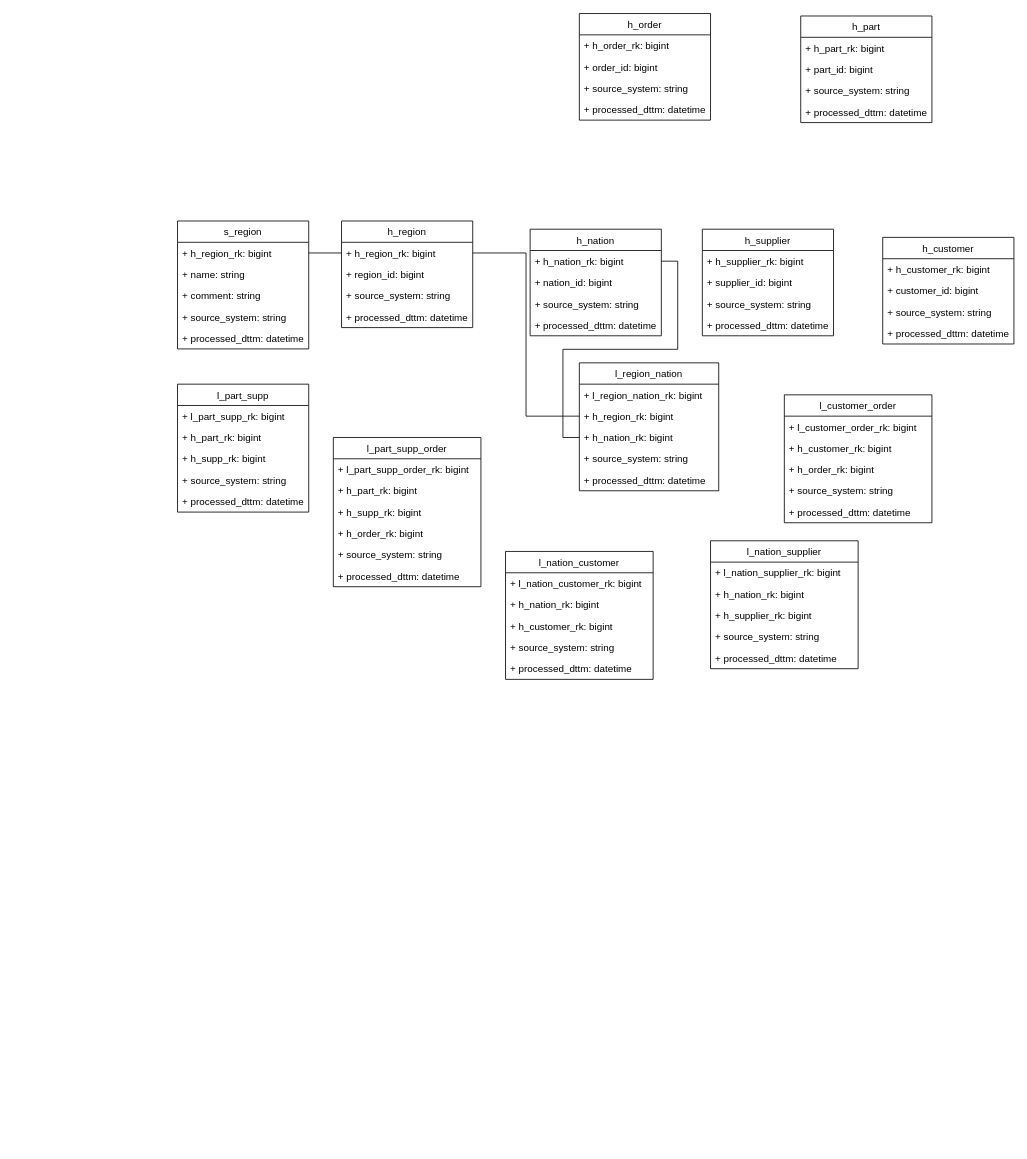
This is DZ1/Untitled Diagram.drawio from DMfananddu/DWH, a draw.io file, before an edit. Source tidied: cells renumbered, new cells numbered last; positions are measured from the earlier drawing's top-left corner, leaving out a move shared by most shapes. Both pictures are drawn from the tidied source at 82%, with x=0, y=0 at pixel (177, 13).
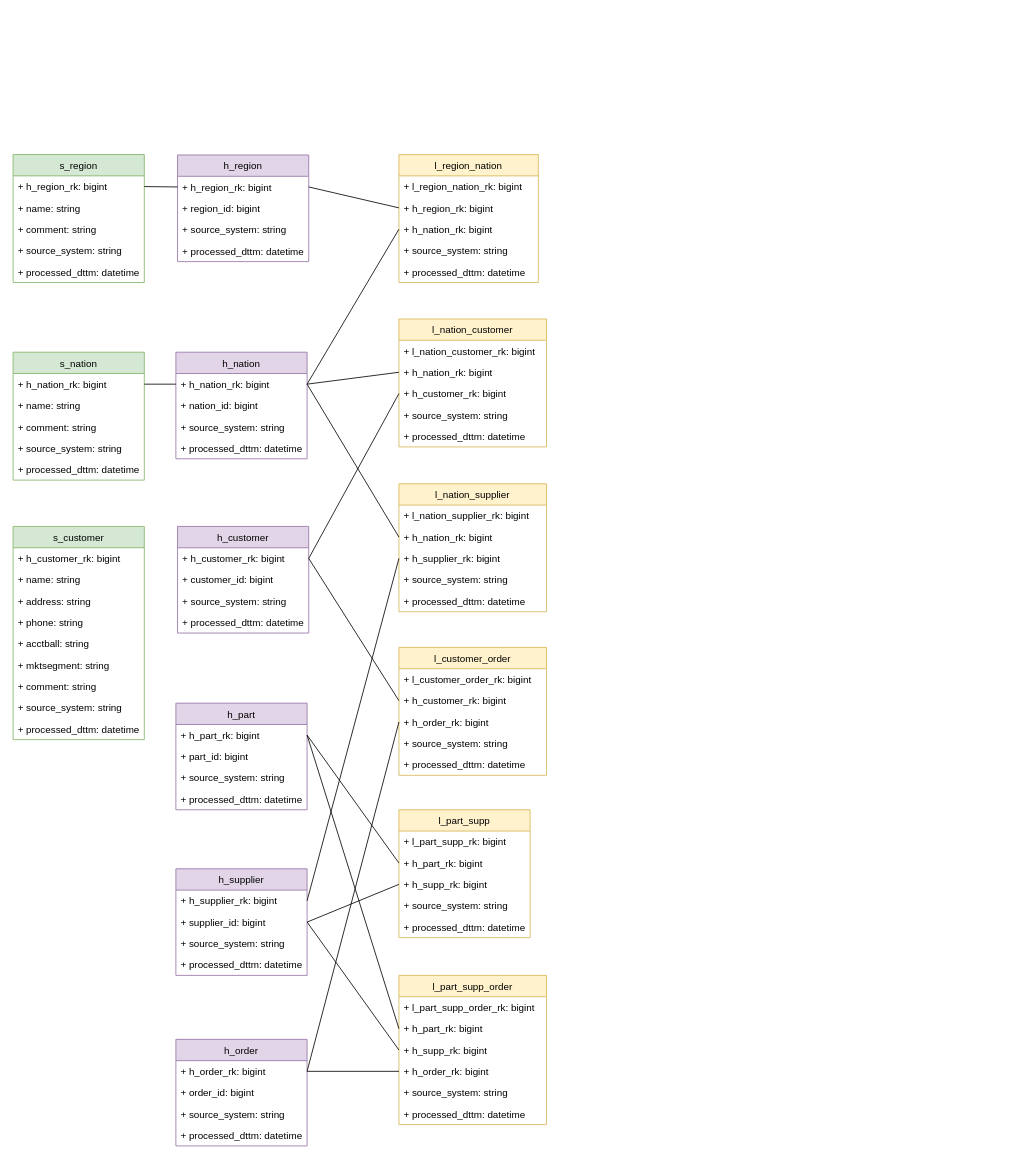
The same page after the edit.

Unchanged cells that the change refers to:
```xml
<mxCell id="3" value="+ h_region_rk: bigint" style="text;strokeColor=none;fillColor=none;align=left;verticalAlign=top;spacingLeft=4;spacingRight=4;overflow=hidden;points=[[0,0.5],[1,0.5]];portConstraint=eastwest;" parent="2" vertex="1">
  <mxGeometry y="26" width="160" height="26" as="geometry" />
</mxCell>
<mxCell id="8" value="+ h_region_rk: bigint" style="text;strokeColor=none;fillColor=none;align=left;verticalAlign=top;spacingLeft=4;spacingRight=4;overflow=hidden;points=[[0,0.5],[1,0.5]];portConstraint=eastwest;" parent="7" vertex="1">
  <mxGeometry y="26" width="160" height="26" as="geometry" />
</mxCell>
<mxCell id="16" value="+ h_part_rk: bigint" style="text;strokeColor=none;fillColor=none;align=left;verticalAlign=top;spacingLeft=4;spacingRight=4;overflow=hidden;points=[[0,0.5],[1,0.5]];portConstraint=eastwest;" parent="14" vertex="1">
  <mxGeometry y="52" width="160" height="26" as="geometry" />
</mxCell>
<mxCell id="17" value="+ h_supp_rk: bigint" style="text;strokeColor=none;fillColor=none;align=left;verticalAlign=top;spacingLeft=4;spacingRight=4;overflow=hidden;points=[[0,0.5],[1,0.5]];portConstraint=eastwest;" parent="14" vertex="1">
  <mxGeometry y="78" width="160" height="26" as="geometry" />
</mxCell>
<mxCell id="22" value="+ h_part_rk: bigint" style="text;strokeColor=none;fillColor=none;align=left;verticalAlign=top;spacingLeft=4;spacingRight=4;overflow=hidden;points=[[0,0.5],[1,0.5]];portConstraint=eastwest;" parent="20" vertex="1">
  <mxGeometry y="52" width="180" height="26" as="geometry" />
</mxCell>
<mxCell id="23" value="+ h_supp_rk: bigint" style="text;strokeColor=none;fillColor=none;align=left;verticalAlign=top;spacingLeft=4;spacingRight=4;overflow=hidden;points=[[0,0.5],[1,0.5]];portConstraint=eastwest;" parent="20" vertex="1">
  <mxGeometry y="78" width="180" height="26" as="geometry" />
</mxCell>
<mxCell id="24" value="+ h_order_rk: bigint" style="text;strokeColor=none;fillColor=none;align=left;verticalAlign=top;spacingLeft=4;spacingRight=4;overflow=hidden;points=[[0,0.5],[1,0.5]];portConstraint=eastwest;" parent="20" vertex="1">
  <mxGeometry y="104" width="180" height="26" as="geometry" />
</mxCell>
<mxCell id="29" value="+ h_region_rk: bigint" style="text;strokeColor=none;fillColor=none;align=left;verticalAlign=top;spacingLeft=4;spacingRight=4;overflow=hidden;points=[[0,0.5],[1,0.5]];portConstraint=eastwest;" parent="27" vertex="1">
  <mxGeometry y="52" width="170" height="26" as="geometry" />
</mxCell>
<mxCell id="30" value="+ h_nation_rk: bigint" style="text;strokeColor=none;fillColor=none;align=left;verticalAlign=top;spacingLeft=4;spacingRight=4;overflow=hidden;points=[[0,0.5],[1,0.5]];portConstraint=eastwest;" parent="27" vertex="1">
  <mxGeometry y="78" width="170" height="26" as="geometry" />
</mxCell>
<mxCell id="34" value="+ h_nation_rk: bigint" style="text;strokeColor=none;fillColor=none;align=left;verticalAlign=top;spacingLeft=4;spacingRight=4;overflow=hidden;points=[[0,0.5],[1,0.5]];portConstraint=eastwest;" parent="33" vertex="1">
  <mxGeometry y="26" width="160" height="26" as="geometry" />
</mxCell>
<mxCell id="39" value="+ h_supplier_rk: bigint" style="text;strokeColor=none;fillColor=none;align=left;verticalAlign=top;spacingLeft=4;spacingRight=4;overflow=hidden;points=[[0,0.5],[1,0.5]];portConstraint=eastwest;" parent="38" vertex="1">
  <mxGeometry y="26" width="160" height="26" as="geometry" />
</mxCell>
<mxCell id="40" value="+ supplier_id: bigint" style="text;strokeColor=none;fillColor=none;align=left;verticalAlign=top;spacingLeft=4;spacingRight=4;overflow=hidden;points=[[0,0.5],[1,0.5]];portConstraint=eastwest;" parent="38" vertex="1">
  <mxGeometry y="52" width="160" height="26" as="geometry" />
</mxCell>
<mxCell id="44" value="+ h_customer_rk: bigint" style="text;strokeColor=none;fillColor=none;align=left;verticalAlign=top;spacingLeft=4;spacingRight=4;overflow=hidden;points=[[0,0.5],[1,0.5]];portConstraint=eastwest;" parent="43" vertex="1">
  <mxGeometry y="26" width="160" height="26" as="geometry" />
</mxCell>
<mxCell id="49" value="+ h_order_rk: bigint" style="text;strokeColor=none;fillColor=none;align=left;verticalAlign=top;spacingLeft=4;spacingRight=4;overflow=hidden;points=[[0,0.5],[1,0.5]];portConstraint=eastwest;" parent="48" vertex="1">
  <mxGeometry y="26" width="160" height="26" as="geometry" />
</mxCell>
<mxCell id="54" value="+ h_part_rk: bigint" style="text;strokeColor=none;fillColor=none;align=left;verticalAlign=top;spacingLeft=4;spacingRight=4;overflow=hidden;points=[[0,0.5],[1,0.5]];portConstraint=eastwest;" parent="53" vertex="1">
  <mxGeometry y="26" width="160" height="26" as="geometry" />
</mxCell>
<mxCell id="62" value="+ h_nation_rk: bigint" style="text;strokeColor=none;fillColor=none;align=left;verticalAlign=top;spacingLeft=4;spacingRight=4;overflow=hidden;points=[[0,0.5],[1,0.5]];portConstraint=eastwest;" parent="60" vertex="1">
  <mxGeometry y="52" width="180" height="26" as="geometry" />
</mxCell>
<mxCell id="63" value="+ h_customer_rk: bigint" style="text;strokeColor=none;fillColor=none;align=left;verticalAlign=top;spacingLeft=4;spacingRight=4;overflow=hidden;points=[[0,0.5],[1,0.5]];portConstraint=eastwest;" parent="60" vertex="1">
  <mxGeometry y="78" width="180" height="26" as="geometry" />
</mxCell>
<mxCell id="68" value="+ h_nation_rk: bigint" style="text;strokeColor=none;fillColor=none;align=left;verticalAlign=top;spacingLeft=4;spacingRight=4;overflow=hidden;points=[[0,0.5],[1,0.5]];portConstraint=eastwest;" parent="66" vertex="1">
  <mxGeometry y="52" width="180" height="26" as="geometry" />
</mxCell>
<mxCell id="69" value="+ h_supplier_rk: bigint" style="text;strokeColor=none;fillColor=none;align=left;verticalAlign=top;spacingLeft=4;spacingRight=4;overflow=hidden;points=[[0,0.5],[1,0.5]];portConstraint=eastwest;" parent="66" vertex="1">
  <mxGeometry y="78" width="180" height="26" as="geometry" />
</mxCell>
<mxCell id="74" value="+ h_customer_rk: bigint" style="text;strokeColor=none;fillColor=none;align=left;verticalAlign=top;spacingLeft=4;spacingRight=4;overflow=hidden;points=[[0,0.5],[1,0.5]];portConstraint=eastwest;" parent="72" vertex="1">
  <mxGeometry y="52" width="180" height="26" as="geometry" />
</mxCell>
<mxCell id="75" value="+ h_order_rk: bigint" style="text;strokeColor=none;fillColor=none;align=left;verticalAlign=top;spacingLeft=4;spacingRight=4;overflow=hidden;points=[[0,0.5],[1,0.5]];portConstraint=eastwest;" parent="72" vertex="1">
  <mxGeometry y="78" width="180" height="26" as="geometry" />
</mxCell>
```

Diff of the diagram source:
```diff
@@
-    <mxCell id="2" value="h_region" style="swimlane;fontStyle=0;horizontal=1;startSize=26;fillColor=none;align=center;verticalAlign=middle;" parent="1" vertex="1">
-      <mxGeometry x="200" y="253" width="160" height="130" as="geometry" />
+    <mxCell id="2" value="h_region" style="swimlane;fontStyle=0;horizontal=1;startSize=26;fillColor=#e1d5e7;align=center;verticalAlign=middle;strokeColor=#9673a6;" parent="1" vertex="1">
+      <mxGeometry y="172.5" width="160" height="130" as="geometry" />
     </mxCell>
@@
-    <mxCell id="7" value="s_region" style="swimlane;fontStyle=0;horizontal=1;startSize=26;fillColor=none;" parent="1" vertex="1">
-      <mxGeometry y="253" width="160" height="156" as="geometry" />
+    <mxCell id="7" value="s_region" style="swimlane;fontStyle=0;horizontal=1;startSize=26;fillColor=#d5e8d4;strokeColor=#82b366;" parent="1" vertex="1">
+      <mxGeometry x="-200.5" y="172" width="160" height="156" as="geometry" />
     </mxCell>
@@
-    <mxCell id="13" style="edgeStyle=orthogonalEdgeStyle;rounded=0;jettySize=auto;html=1;entryX=0;entryY=0.5;entryDx=0;entryDy=0;endArrow=none;endFill=0;exitX=1;exitY=0.5;exitDx=0;exitDy=0;" parent="1" edge="1" source="8" target="3">
+    <mxCell id="13" style="rounded=0;jettySize=auto;html=1;entryX=0;entryY=0.5;entryDx=0;entryDy=0;endArrow=none;endFill=0;exitX=1;exitY=0.5;exitDx=0;exitDy=0;" parent="1" edge="1" source="8" target="3">
       <mxGeometry relative="1" as="geometry" />
     </mxCell>
-    <mxCell id="14" value="l_part_supp" style="swimlane;fontStyle=0;horizontal=1;startSize=26;fillColor=none;verticalAlign=middle;" parent="1" vertex="1">
-      <mxGeometry y="452" width="160" height="156" as="geometry" />
+    <mxCell id="14" value="l_part_supp" style="swimlane;fontStyle=0;horizontal=1;startSize=26;fillColor=#fff2cc;verticalAlign=middle;strokeColor=#d6b656;" parent="1" vertex="1">
+      <mxGeometry x="270" y="971" width="160" height="156" as="geometry" />
     </mxCell>
@@
-    <mxCell id="20" value="l_part_supp_order" style="swimlane;fontStyle=0;horizontal=1;startSize=26;fillColor=none;" parent="1" vertex="1">
-      <mxGeometry x="190" y="517" width="180" height="182" as="geometry" />
+    <mxCell id="20" value="l_part_supp_order" style="swimlane;fontStyle=0;horizontal=1;startSize=26;fillColor=#fff2cc;strokeColor=#d6b656;" parent="1" vertex="1">
+      <mxGeometry x="270" y="1173" width="180" height="182" as="geometry" />
     </mxCell>
@@
-    <mxCell id="27" value="l_region_nation" style="swimlane;fontStyle=0;horizontal=1;startSize=26;fillColor=none;verticalAlign=middle;" parent="1" vertex="1">
-      <mxGeometry x="490" y="426" width="170" height="156" as="geometry" />
+    <mxCell id="27" value="l_region_nation" style="swimlane;fontStyle=0;horizontal=1;startSize=26;fillColor=#fff2cc;verticalAlign=middle;strokeColor=#d6b656;" parent="1" vertex="1">
+      <mxGeometry x="270" y="172" width="170" height="156" as="geometry" />
     </mxCell>
@@
-    <mxCell id="33" value="h_nation" style="swimlane;fontStyle=0;horizontal=1;startSize=26;fillColor=none;align=center;verticalAlign=middle;" parent="1" vertex="1">
-      <mxGeometry x="430" y="263" width="160" height="130" as="geometry" />
+    <mxCell id="33" value="h_nation" style="swimlane;fontStyle=0;horizontal=1;startSize=26;fillColor=#e1d5e7;align=center;verticalAlign=middle;strokeColor=#9673a6;" parent="1" vertex="1">
+      <mxGeometry x="-2" y="413" width="160" height="130" as="geometry" />
     </mxCell>
@@
-    <mxCell id="38" value="h_supplier" style="swimlane;fontStyle=0;horizontal=1;startSize=26;fillColor=none;align=center;verticalAlign=middle;" parent="1" vertex="1">
-      <mxGeometry x="640" y="263" width="160" height="130" as="geometry" />
+    <mxCell id="38" value="h_supplier" style="swimlane;fontStyle=0;horizontal=1;startSize=26;fillColor=#e1d5e7;align=center;verticalAlign=middle;strokeColor=#9673a6;" parent="1" vertex="1">
+      <mxGeometry x="-2" y="1043" width="160" height="130" as="geometry" />
     </mxCell>
@@
-    <mxCell id="43" value="h_customer" style="swimlane;fontStyle=0;horizontal=1;startSize=26;fillColor=none;align=center;verticalAlign=middle;" parent="1" vertex="1">
-      <mxGeometry x="860" y="273" width="160" height="130" as="geometry" />
+    <mxCell id="43" value="h_customer" style="swimlane;fontStyle=0;horizontal=1;startSize=26;fillColor=#e1d5e7;align=center;verticalAlign=middle;strokeColor=#9673a6;" parent="1" vertex="1">
+      <mxGeometry y="625.5" width="160" height="130" as="geometry" />
     </mxCell>
@@
-    <mxCell id="48" value="h_order" style="swimlane;fontStyle=0;horizontal=1;startSize=26;fillColor=none;align=center;verticalAlign=middle;" parent="1" vertex="1">
-      <mxGeometry x="490" width="160" height="130" as="geometry" />
+    <mxCell id="48" value="h_order" style="swimlane;fontStyle=0;horizontal=1;startSize=26;fillColor=#e1d5e7;align=center;verticalAlign=middle;strokeColor=#9673a6;" parent="1" vertex="1">
+      <mxGeometry x="-2" y="1251" width="160" height="130" as="geometry" />
     </mxCell>
@@
-    <mxCell id="53" value="h_part" style="swimlane;fontStyle=0;horizontal=1;startSize=26;fillColor=none;align=center;verticalAlign=middle;" parent="1" vertex="1">
-      <mxGeometry x="760" y="3" width="160" height="130" as="geometry" />
+    <mxCell id="53" value="h_part" style="swimlane;fontStyle=0;horizontal=1;startSize=26;fillColor=#e1d5e7;align=center;verticalAlign=middle;strokeColor=#9673a6;" parent="1" vertex="1">
+      <mxGeometry x="-2" y="841" width="160" height="130" as="geometry" />
     </mxCell>
@@
-    <mxCell id="58" style="edgeStyle=orthogonalEdgeStyle;rounded=0;jettySize=auto;html=1;exitX=1;exitY=0.5;exitDx=0;exitDy=0;entryX=0;entryY=0.5;entryDx=0;entryDy=0;endArrow=none;endFill=0;" parent="1" edge="1" source="3" target="29">
+    <mxCell id="58" style="rounded=0;jettySize=auto;html=1;exitX=1;exitY=0.5;exitDx=0;exitDy=0;entryX=0;entryY=0.5;entryDx=0;entryDy=0;endArrow=none;endFill=0;" parent="1" edge="1" source="3" target="29">
       <mxGeometry relative="1" as="geometry" />
     </mxCell>
-    <mxCell id="59" style="edgeStyle=orthogonalEdgeStyle;rounded=0;jettySize=auto;html=1;exitX=1;exitY=0.5;exitDx=0;exitDy=0;entryX=0;entryY=0.5;entryDx=0;entryDy=0;endArrow=none;endFill=0;" parent="1" edge="1" source="34" target="30">
+    <mxCell id="59" style="rounded=0;jettySize=auto;html=1;exitX=1;exitY=0.5;exitDx=0;exitDy=0;entryX=0;entryY=0.5;entryDx=0;entryDy=0;endArrow=none;endFill=0;" parent="1" edge="1" source="34" target="30">
       <mxGeometry relative="1" as="geometry" />
     </mxCell>
-    <mxCell id="60" value="l_nation_customer" style="swimlane;fontStyle=0;horizontal=1;startSize=26;fillColor=none;verticalAlign=middle;" parent="1" vertex="1">
-      <mxGeometry x="400" y="656" width="180" height="156" as="geometry" />
+    <mxCell id="60" value="l_nation_customer" style="swimlane;fontStyle=0;horizontal=1;startSize=26;fillColor=#fff2cc;verticalAlign=middle;strokeColor=#d6b656;" parent="1" vertex="1">
+      <mxGeometry x="270" y="372.5" width="180" height="156" as="geometry" />
     </mxCell>
@@
-    <mxCell id="66" value="l_nation_supplier" style="swimlane;fontStyle=0;horizontal=1;startSize=26;fillColor=none;verticalAlign=middle;" parent="1" vertex="1">
-      <mxGeometry x="650" y="643" width="180" height="156" as="geometry" />
+    <mxCell id="66" value="l_nation_supplier" style="swimlane;fontStyle=0;horizontal=1;startSize=26;fillColor=#fff2cc;verticalAlign=middle;strokeColor=#d6b656;" parent="1" vertex="1">
+      <mxGeometry x="270" y="573.5" width="180" height="156" as="geometry" />
     </mxCell>
@@
-    <mxCell id="72" value="l_customer_order" style="swimlane;fontStyle=0;horizontal=1;startSize=26;fillColor=none;verticalAlign=middle;" parent="1" vertex="1">
-      <mxGeometry x="740" y="465" width="180" height="156" as="geometry" />
+    <mxCell id="72" value="l_customer_order" style="swimlane;fontStyle=0;horizontal=1;startSize=26;fillColor=#fff2cc;verticalAlign=middle;strokeColor=#d6b656;" parent="1" vertex="1">
+      <mxGeometry x="270" y="773" width="180" height="156" as="geometry" />
     </mxCell>
@@
+    <mxCell id="78" style="rounded=0;jettySize=auto;html=1;exitX=1;exitY=0.5;exitDx=0;exitDy=0;entryX=0;entryY=0.5;entryDx=0;entryDy=0;endArrow=none;endFill=0;" parent="1" edge="1" source="34" target="62">
+      <mxGeometry relative="1" as="geometry" />
+    </mxCell>
+    <mxCell id="79" style="rounded=0;jettySize=auto;html=1;exitX=1;exitY=0.5;exitDx=0;exitDy=0;entryX=0;entryY=0.5;entryDx=0;entryDy=0;endArrow=none;endFill=0;" parent="1" edge="1" source="44" target="63">
+      <mxGeometry relative="1" as="geometry" />
+    </mxCell>
+    <mxCell id="80" style="edgeStyle=none;rounded=0;jettySize=auto;html=1;exitX=1;exitY=0.5;exitDx=0;exitDy=0;entryX=0;entryY=0.5;entryDx=0;entryDy=0;endArrow=none;endFill=0;" parent="1" edge="1" source="44" target="74">
+      <mxGeometry relative="1" as="geometry" />
+    </mxCell>
+    <mxCell id="81" style="edgeStyle=none;rounded=0;jettySize=auto;html=1;exitX=1;exitY=0.5;exitDx=0;exitDy=0;entryX=0;entryY=0.5;entryDx=0;entryDy=0;endArrow=none;endFill=0;" parent="1" edge="1" source="49" target="75">
+      <mxGeometry relative="1" as="geometry" />
+    </mxCell>
+    <mxCell id="82" style="edgeStyle=none;rounded=0;jettySize=auto;html=1;exitX=0;exitY=0.5;exitDx=0;exitDy=0;entryX=1;entryY=0.5;entryDx=0;entryDy=0;endArrow=none;endFill=0;" parent="1" edge="1" source="68" target="34">
+      <mxGeometry relative="1" as="geometry" />
+    </mxCell>
+    <mxCell id="83" style="edgeStyle=none;rounded=0;jettySize=auto;html=1;exitX=0;exitY=0.5;exitDx=0;exitDy=0;entryX=1;entryY=0.5;entryDx=0;entryDy=0;endArrow=none;endFill=0;" parent="1" edge="1" source="69" target="39">
+      <mxGeometry relative="1" as="geometry" />
+    </mxCell>
+    <mxCell id="84" style="edgeStyle=none;rounded=0;jettySize=auto;html=1;exitX=0;exitY=0.5;exitDx=0;exitDy=0;entryX=1;entryY=0.5;entryDx=0;entryDy=0;endArrow=none;endFill=0;" parent="1" edge="1" source="22" target="54">
+      <mxGeometry relative="1" as="geometry" />
+    </mxCell>
+    <mxCell id="85" style="edgeStyle=none;rounded=0;jettySize=auto;html=1;exitX=0;exitY=0.5;exitDx=0;exitDy=0;entryX=1;entryY=0.5;entryDx=0;entryDy=0;endArrow=none;endFill=0;" parent="1" edge="1" source="23" target="40">
+      <mxGeometry relative="1" as="geometry" />
+    </mxCell>
+    <mxCell id="86" style="edgeStyle=none;rounded=0;jettySize=auto;html=1;exitX=0;exitY=0.5;exitDx=0;exitDy=0;entryX=1;entryY=0.5;entryDx=0;entryDy=0;endArrow=none;endFill=0;" parent="1" edge="1" source="24" target="49">
+      <mxGeometry relative="1" as="geometry" />
+    </mxCell>
+    <mxCell id="87" style="edgeStyle=none;rounded=0;jettySize=auto;html=1;exitX=0;exitY=0.5;exitDx=0;exitDy=0;entryX=1;entryY=0.5;entryDx=0;entryDy=0;endArrow=none;endFill=0;" parent="1" edge="1" source="16" target="54">
+      <mxGeometry relative="1" as="geometry" />
+    </mxCell>
+    <mxCell id="88" style="edgeStyle=none;rounded=0;jettySize=auto;html=1;exitX=0;exitY=0.5;exitDx=0;exitDy=0;entryX=1;entryY=0.5;entryDx=0;entryDy=0;endArrow=none;endFill=0;" parent="1" edge="1" source="17" target="40">
+      <mxGeometry relative="1" as="geometry" />
+    </mxCell>
+    <mxCell id="89" value="s_nation" style="swimlane;fontStyle=0;horizontal=1;startSize=26;fillColor=#d5e8d4;strokeColor=#82b366;" parent="1" vertex="1">
+      <mxGeometry x="-200.5" y="413" width="160" height="156" as="geometry" />
+    </mxCell>
+    <mxCell id="90" value="+ h_nation_rk: bigint" style="text;strokeColor=none;fillColor=none;align=left;verticalAlign=top;spacingLeft=4;spacingRight=4;overflow=hidden;points=[[0,0.5],[1,0.5]];portConstraint=eastwest;" parent="89" vertex="1">
+      <mxGeometry y="26" width="160" height="26" as="geometry" />
+    </mxCell>
+    <mxCell id="91" value="+ name: string" style="text;strokeColor=none;fillColor=none;align=left;verticalAlign=top;spacingLeft=4;spacingRight=4;overflow=hidden;" parent="89" vertex="1">
+      <mxGeometry y="52" width="160" height="26" as="geometry" />
+    </mxCell>
+    <mxCell id="92" value="+ comment: string" style="text;strokeColor=none;fillColor=none;align=left;verticalAlign=top;spacingLeft=4;spacingRight=4;overflow=hidden;" parent="89" vertex="1">
+      <mxGeometry y="78" width="160" height="26" as="geometry" />
+    </mxCell>
+    <mxCell id="93" value="+ source_system: string" style="text;strokeColor=none;fillColor=none;align=left;verticalAlign=top;spacingLeft=4;spacingRight=4;overflow=hidden;" parent="89" vertex="1">
+      <mxGeometry y="104" width="160" height="26" as="geometry" />
+    </mxCell>
+    <mxCell id="94" value="+ processed_dttm: datetime" style="text;strokeColor=none;fillColor=none;align=left;verticalAlign=top;spacingLeft=4;spacingRight=4;overflow=hidden;" parent="89" vertex="1">
+      <mxGeometry y="130" width="160" height="26" as="geometry" />
+    </mxCell>
+    <mxCell id="95" style="edgeStyle=none;rounded=0;jettySize=auto;html=1;exitX=1;exitY=0.5;exitDx=0;exitDy=0;entryX=0;entryY=0.5;entryDx=0;entryDy=0;endArrow=none;endFill=0;" parent="1" edge="1" source="90" target="34">
+      <mxGeometry relative="1" as="geometry" />
+    </mxCell>
+    <mxCell id="96" value="s_customer" style="swimlane;fontStyle=0;horizontal=1;startSize=26;fillColor=#d5e8d4;strokeColor=#82b366;" parent="1" vertex="1">
+      <mxGeometry x="-200.5" y="625.5" width="160" height="260" as="geometry" />
+    </mxCell>
+    <mxCell id="97" value="+ h_customer_rk: bigint" style="text;strokeColor=none;fillColor=none;align=left;verticalAlign=top;spacingLeft=4;spacingRight=4;overflow=hidden;" parent="96" vertex="1">
+      <mxGeometry y="26" width="160" height="26" as="geometry" />
+    </mxCell>
+    <mxCell id="98" value="+ name: string" style="text;strokeColor=none;fillColor=none;align=left;verticalAlign=top;spacingLeft=4;spacingRight=4;overflow=hidden;" parent="96" vertex="1">
+      <mxGeometry y="52" width="160" height="26" as="geometry" />
+    </mxCell>
+    <mxCell id="99" value="+ address: string" style="text;strokeColor=none;fillColor=none;align=left;verticalAlign=top;spacingLeft=4;spacingRight=4;overflow=hidden;" parent="96" vertex="1">
+      <mxGeometry y="78" width="160" height="26" as="geometry" />
+    </mxCell>
+    <mxCell id="100" value="+ phone: string" style="text;strokeColor=none;fillColor=none;align=left;verticalAlign=top;spacingLeft=4;spacingRight=4;overflow=hidden;" parent="96" vertex="1">
+      <mxGeometry y="104" width="160" height="26" as="geometry" />
+    </mxCell>
+    <mxCell id="101" value="+ acctball: string" style="text;strokeColor=none;fillColor=none;align=left;verticalAlign=top;spacingLeft=4;spacingRight=4;overflow=hidden;" parent="96" vertex="1">
+      <mxGeometry y="130" width="160" height="26" as="geometry" />
+    </mxCell>
+    <mxCell id="102" value="+ mktsegment: string" style="text;strokeColor=none;fillColor=none;align=left;verticalAlign=top;spacingLeft=4;spacingRight=4;overflow=hidden;" parent="96" vertex="1">
+      <mxGeometry y="156" width="160" height="26" as="geometry" />
+    </mxCell>
+    <mxCell id="103" value="+ comment: string" style="text;strokeColor=none;fillColor=none;align=left;verticalAlign=top;spacingLeft=4;spacingRight=4;overflow=hidden;" parent="96" vertex="1">
+      <mxGeometry y="182" width="160" height="26" as="geometry" />
+    </mxCell>
+    <mxCell id="104" value="+ source_system: string" style="text;strokeColor=none;fillColor=none;align=left;verticalAlign=top;spacingLeft=4;spacingRight=4;overflow=hidden;" parent="96" vertex="1">
+      <mxGeometry y="208" width="160" height="26" as="geometry" />
+    </mxCell>
+    <mxCell id="105" value="+ processed_dttm: datetime" style="text;strokeColor=none;fillColor=none;align=left;verticalAlign=top;spacingLeft=4;spacingRight=4;overflow=hidden;" parent="96" vertex="1">
+      <mxGeometry y="234" width="160" height="26" as="geometry" />
+    </mxCell>
```
